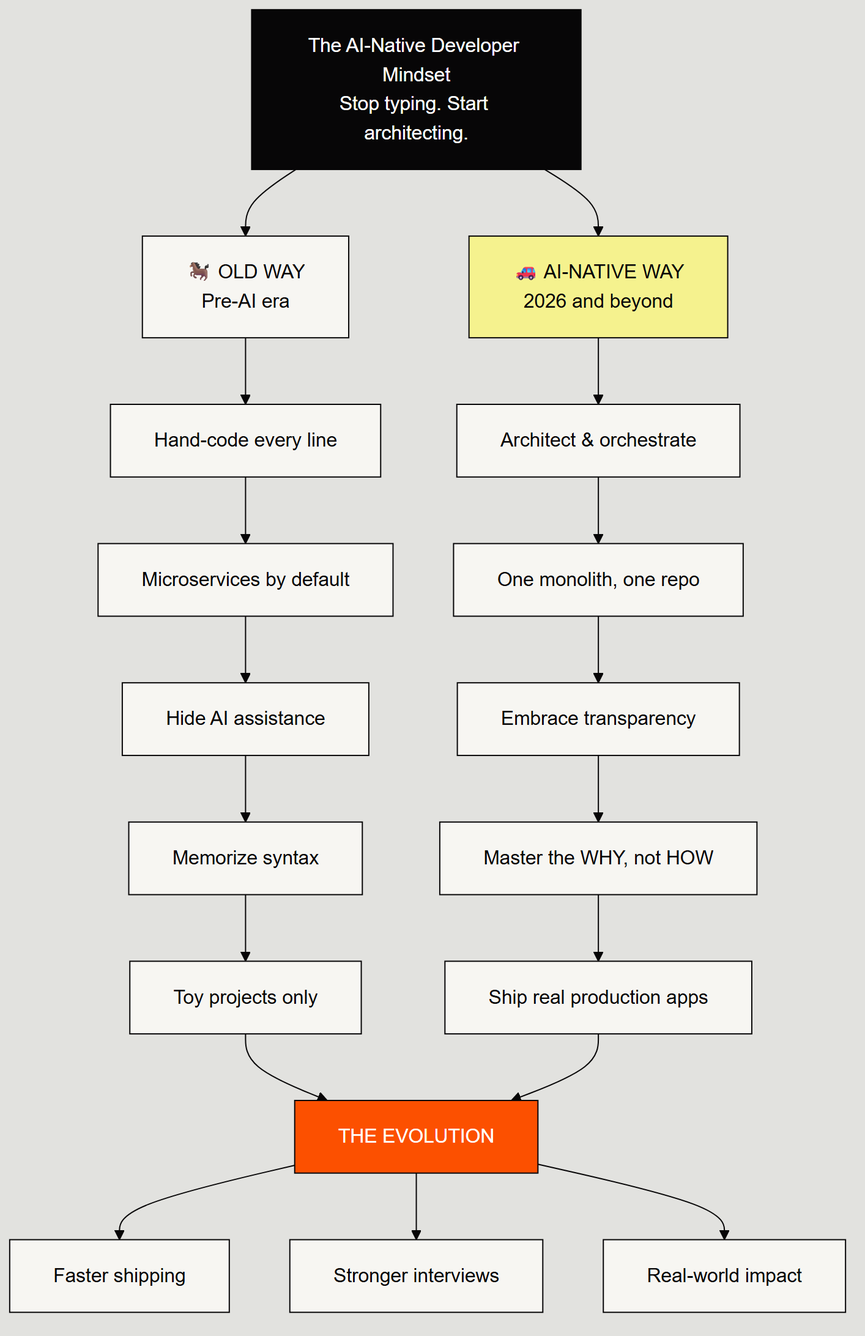
Before: examples/diagram.png, a diagram exported from Mermaid (ChanMeng666/linkedin-post-skill). Its source is kept beside it as examples/diagram.mmd.
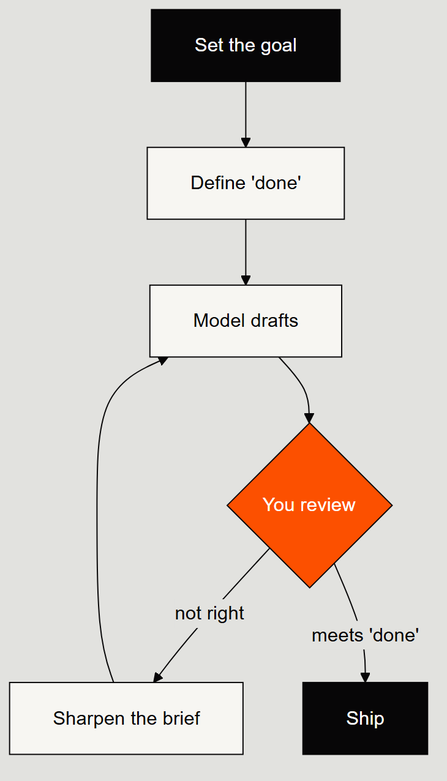
Above is the later version.

What changed in the source:
```diff
@@ -1,27 +1,10 @@
 flowchart TB
-    TITLE["The AI-Native Developer Mindset<br/>Stop typing. Start architecting."]:::ink
-
-    TITLE --> OLD_HEAD["🐎 OLD WAY<br/>Pre-AI era"]:::surface
-    TITLE --> NEW_HEAD["🚗 AI-NATIVE WAY<br/>2026 and beyond"]:::glare
-
-    OLD_HEAD --> O1["Hand-code every line"]
-    O1 --> O2["Microservices by default"]
-    O2 --> O3["Hide AI assistance"]
-    O3 --> O4["Memorize syntax"]
-    O4 --> O5["Toy projects only"]
-
-    NEW_HEAD --> N1["Architect &amp; orchestrate"]
-    N1 --> N2["One monolith, one repo"]
-    N2 --> N3["Embrace transparency"]
-    N3 --> N4["Master the WHY, not HOW"]
-    N4 --> N5["Ship real production apps"]
-
-    O5 --> EVOLVE["THE EVOLUTION"]:::accent
-    N5 --> EVOLVE
-
-    EVOLVE --> R1["Faster shipping"]:::surface
-    EVOLVE --> R2["Stronger interviews"]:::surface
-    EVOLVE --> R3["Real-world impact"]:::surface
+    GOAL["Set the goal"]:::ink --> DONE["Define 'done'"]
+    DONE --> DRAFT["Model drafts"]
+    DRAFT --> REVIEW{"You review"}:::accent
+    REVIEW -- "not right" --> BRIEF["Sharpen the brief"]
+    BRIEF --> DRAFT
+    REVIEW -- "meets 'done'" --> SHIP["Ship"]:::ink
 
     classDef accent  fill:#FC5000,stroke:#070607,color:#fff;
     classDef ink     fill:#070607,stroke:#070607,color:#fff;
```
